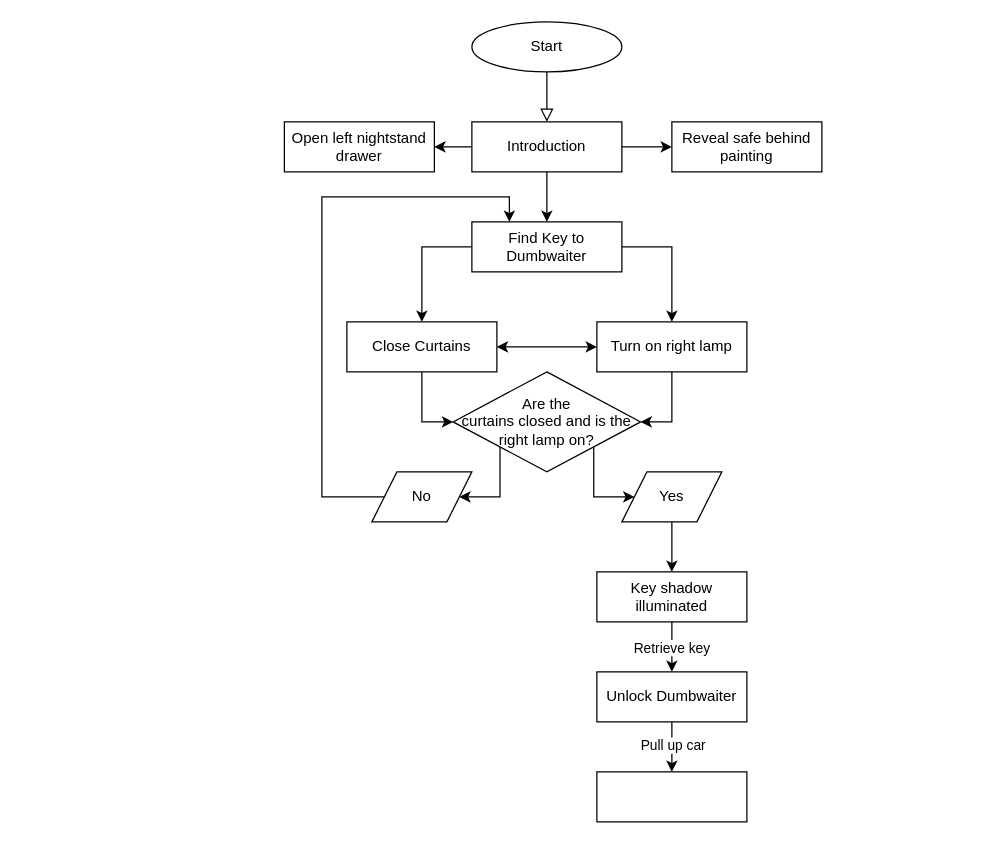
Earlier version of the draw.io diagram page "Page-1" (1 of 2) of Untitled Diagram.drawio (cr3scents/cr3scents). Source tidied: cells renumbered, new cells numbered last; positions are measured from the earlier drawing's top-left corner, leaving out a move shared by most shapes. Both pictures are drawn from the tidied source at 125%, with x=0, y=0 at pixel (284, 21).
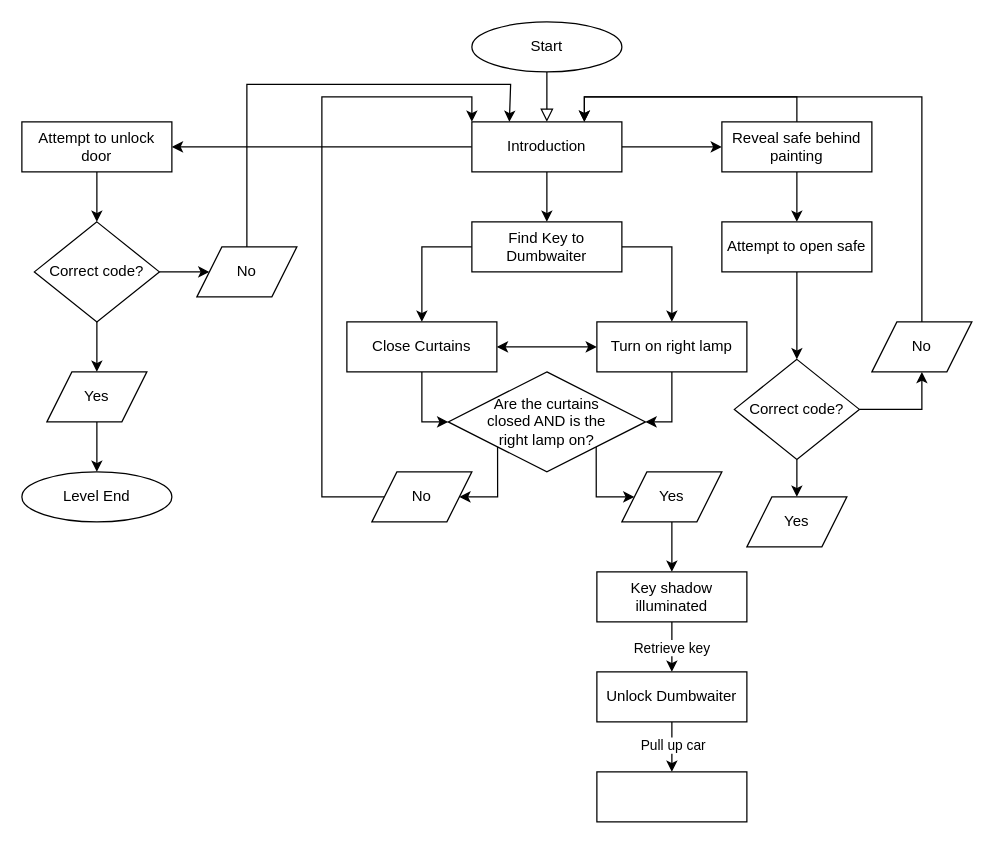
Above is the later version.

Unchanged cells that the change refers to:
```xml
<mxCell id="9" value="Introduction" style="rounded=0;whiteSpace=wrap;html=1;fontSize=12;glass=0;strokeWidth=1;shadow=0;" parent="1" vertex="1">
  <mxGeometry x="150" y="80" width="120" height="40" as="geometry" />
</mxCell>
<mxCell id="16" value="&lt;div&gt;Find Key to Dumbwaiter&lt;/div&gt;" style="rounded=0;whiteSpace=wrap;html=1;fontSize=12;glass=0;strokeWidth=1;shadow=0;" parent="1" vertex="1">
  <mxGeometry x="150" y="160" width="120" height="40" as="geometry" />
</mxCell>
<mxCell id="19" value="&lt;div&gt;No&lt;/div&gt;" style="shape=parallelogram;perimeter=parallelogramPerimeter;whiteSpace=wrap;html=1;fixedSize=1;spacing=0;verticalAlign=middle;" parent="1" vertex="1">
  <mxGeometry x="70" y="360" width="80" height="40" as="geometry" />
</mxCell>
```

Diff of the diagram source:
```diff
@@
-    <mxCell id="13" value="&lt;div&gt;Are the&lt;/div&gt;&lt;div&gt;curtains closed and is the right lamp on?&lt;/div&gt;" style="rhombus;whiteSpace=wrap;html=1;shadow=0;fontFamily=Helvetica;fontSize=12;align=center;strokeWidth=1;spacing=0;spacingTop=0;verticalAlign=middle;" parent="1" vertex="1">
-      <mxGeometry x="135" y="280" width="150" height="80" as="geometry" />
+    <mxCell id="13" value="&lt;div&gt;Are the&amp;nbsp;&lt;span style=&quot;background-color: initial;&quot;&gt;curtains&lt;/span&gt;&lt;/div&gt;&lt;div&gt;closed AND is the&lt;/div&gt;&lt;div&gt;right lamp on?&lt;/div&gt;" style="rhombus;whiteSpace=wrap;html=1;shadow=0;fontFamily=Helvetica;fontSize=12;align=center;strokeWidth=1;spacing=0;spacingTop=0;verticalAlign=middle;" parent="1" vertex="1">
+      <mxGeometry x="131.1" y="280" width="157.8" height="80" as="geometry" />
     </mxCell>
@@
-    <mxCell id="18" style="edgeStyle=orthogonalEdgeStyle;rounded=0;jettySize=auto;html=1;exitX=0;exitY=0.5;exitDx=0;exitDy=0;entryX=0.25;entryY=0;entryDx=0;entryDy=0;" parent="1" edge="1" source="19" target="16">
-      <mxGeometry relative="1" as="geometry">
-        <Array as="points">
-          <mxPoint x="30" y="380" />
-          <mxPoint x="30" y="140" />
-          <mxPoint x="180" y="140" />
-        </Array>
-      </mxGeometry>
-    </mxCell>
+    <mxCell id="32" style="edgeStyle=orthogonalEdgeStyle;rounded=0;jettySize=auto;html=1;exitX=0;exitY=0.5;exitDx=0;exitDy=0;entryX=0;entryY=0;entryDx=0;entryDy=0;" parent="1" edge="1" source="19" target="9">
+      <mxGeometry relative="1" as="geometry">
+        <Array as="points">
+          <mxPoint x="30" y="380" />
+          <mxPoint x="30" y="60" />
+          <mxPoint x="150" y="60" />
+        </Array>
+      </mxGeometry>
+    </mxCell>
@@
+    <mxCell id="33" style="edgeStyle=orthogonalEdgeStyle;rounded=0;jettySize=auto;html=1;exitX=0.5;exitY=1;exitDx=0;exitDy=0;" parent="1" edge="1" source="29" target="37">
+      <mxGeometry relative="1" as="geometry" />
+    </mxCell>
+    <mxCell id="34" style="edgeStyle=orthogonalEdgeStyle;rounded=0;jettySize=auto;html=1;entryX=0.75;entryY=0;entryDx=0;entryDy=0;" parent="1" edge="1" source="29" target="9">
+      <mxGeometry relative="1" as="geometry">
+        <Array as="points">
+          <mxPoint x="410" y="60" />
+          <mxPoint x="240" y="60" />
+        </Array>
+      </mxGeometry>
+    </mxCell>
     <mxCell id="29" value="Reveal safe behind painting" style="rounded=0;whiteSpace=wrap;html=1;" parent="1" vertex="1">
-      <mxGeometry x="310" y="80" width="120" height="40" as="geometry" />
+      <mxGeometry x="350" y="80" width="120" height="40" as="geometry" />
     </mxCell>
+    <mxCell id="35" style="edgeStyle=orthogonalEdgeStyle;rounded=0;jettySize=auto;html=1;exitX=0.5;exitY=1;exitDx=0;exitDy=0;" parent="1" edge="1" source="30" target="46">
+      <mxGeometry relative="1" as="geometry" />
+    </mxCell>
-    <mxCell id="30" value="&lt;div&gt;Open left nightstand drawer&lt;/div&gt;" style="rounded=0;whiteSpace=wrap;html=1;" parent="1" vertex="1">
-      <mxGeometry y="80" width="120" height="40" as="geometry" />
+    <mxCell id="30" value="&lt;div&gt;Attempt to unlock door&lt;/div&gt;" style="rounded=0;whiteSpace=wrap;html=1;" parent="1" vertex="1">
+      <mxGeometry x="-210" y="80" width="120" height="40" as="geometry" />
     </mxCell>
@@
+    <mxCell id="36" style="edgeStyle=orthogonalEdgeStyle;rounded=0;jettySize=auto;html=1;exitX=0.5;exitY=1;exitDx=0;exitDy=0;" parent="1" edge="1" source="37" target="40">
+      <mxGeometry relative="1" as="geometry" />
+    </mxCell>
+    <mxCell id="37" value="Attempt to open safe" style="rounded=0;whiteSpace=wrap;html=1;" parent="1" vertex="1">
+      <mxGeometry x="350" y="160" width="120" height="40" as="geometry" />
+    </mxCell>
+    <mxCell id="38" style="edgeStyle=orthogonalEdgeStyle;rounded=0;jettySize=auto;html=1;exitX=0.5;exitY=1;exitDx=0;exitDy=0;entryX=0.5;entryY=0;entryDx=0;entryDy=0;" parent="1" edge="1" source="40" target="41">
+      <mxGeometry relative="1" as="geometry" />
+    </mxCell>
+    <mxCell id="39" style="edgeStyle=orthogonalEdgeStyle;rounded=0;jettySize=auto;html=1;entryX=0.5;entryY=1;entryDx=0;entryDy=0;" parent="1" edge="1" source="40" target="43">
+      <mxGeometry relative="1" as="geometry" />
+    </mxCell>
+    <mxCell id="40" value="Correct code?" style="rhombus;whiteSpace=wrap;html=1;" parent="1" vertex="1">
+      <mxGeometry x="360" y="270" width="100" height="80" as="geometry" />
+    </mxCell>
+    <mxCell id="41" value="Yes" style="shape=parallelogram;perimeter=parallelogramPerimeter;whiteSpace=wrap;html=1;fixedSize=1;spacing=0;verticalAlign=middle;" parent="1" vertex="1">
+      <mxGeometry x="370" y="380" width="80" height="40" as="geometry" />
+    </mxCell>
+    <mxCell id="42" style="edgeStyle=orthogonalEdgeStyle;rounded=0;jettySize=auto;html=1;exitX=0.5;exitY=0;exitDx=0;exitDy=0;entryX=0.75;entryY=0;entryDx=0;entryDy=0;" parent="1" edge="1" source="43" target="9">
+      <mxGeometry relative="1" as="geometry" />
+    </mxCell>
+    <mxCell id="43" value="&lt;div&gt;No&lt;/div&gt;" style="shape=parallelogram;perimeter=parallelogramPerimeter;whiteSpace=wrap;html=1;fixedSize=1;spacing=0;verticalAlign=middle;" parent="1" vertex="1">
+      <mxGeometry x="470" y="240" width="80" height="40" as="geometry" />
+    </mxCell>
+    <mxCell id="44" style="edgeStyle=orthogonalEdgeStyle;rounded=0;jettySize=auto;html=1;exitX=1;exitY=0.5;exitDx=0;exitDy=0;entryX=0;entryY=0.5;entryDx=0;entryDy=0;" parent="1" edge="1" source="46" target="48">
+      <mxGeometry relative="1" as="geometry" />
+    </mxCell>
+    <mxCell id="45" style="edgeStyle=orthogonalEdgeStyle;rounded=0;jettySize=auto;html=1;exitX=0.5;exitY=1;exitDx=0;exitDy=0;entryX=0.5;entryY=0;entryDx=0;entryDy=0;" parent="1" edge="1" source="46" target="50">
+      <mxGeometry relative="1" as="geometry" />
+    </mxCell>
+    <mxCell id="46" value="Correct code?" style="rhombus;whiteSpace=wrap;html=1;" parent="1" vertex="1">
+      <mxGeometry x="-200" y="160" width="100" height="80" as="geometry" />
+    </mxCell>
+    <mxCell id="47" style="edgeStyle=orthogonalEdgeStyle;rounded=0;jettySize=auto;html=1;exitX=0.5;exitY=0;exitDx=0;exitDy=0;entryX=0.25;entryY=0;entryDx=0;entryDy=0;" parent="1" edge="1" source="48" target="9">
+      <mxGeometry relative="1" as="geometry">
+        <Array as="points">
+          <mxPoint x="-30" y="50" />
+          <mxPoint x="181" y="50" />
+        </Array>
+      </mxGeometry>
+    </mxCell>
+    <mxCell id="48" value="&lt;div&gt;No&lt;/div&gt;" style="shape=parallelogram;perimeter=parallelogramPerimeter;whiteSpace=wrap;html=1;fixedSize=1;spacing=0;verticalAlign=middle;" parent="1" vertex="1">
+      <mxGeometry x="-70" y="180" width="80" height="40" as="geometry" />
+    </mxCell>
+    <mxCell id="49" style="edgeStyle=orthogonalEdgeStyle;rounded=0;jettySize=auto;html=1;entryX=0.5;entryY=0;entryDx=0;entryDy=0;" parent="1" edge="1" source="50" target="51">
+      <mxGeometry relative="1" as="geometry" />
+    </mxCell>
+    <mxCell id="50" value="Yes" style="shape=parallelogram;perimeter=parallelogramPerimeter;whiteSpace=wrap;html=1;fixedSize=1;spacing=0;verticalAlign=middle;" parent="1" vertex="1">
+      <mxGeometry x="-190" y="280" width="80" height="40" as="geometry" />
+    </mxCell>
+    <mxCell id="51" value="&lt;div&gt;Level End&lt;/div&gt;" style="ellipse;whiteSpace=wrap;html=1;" parent="1" vertex="1">
+      <mxGeometry x="-210" y="360" width="120" height="40" as="geometry" />
+    </mxCell>
```
